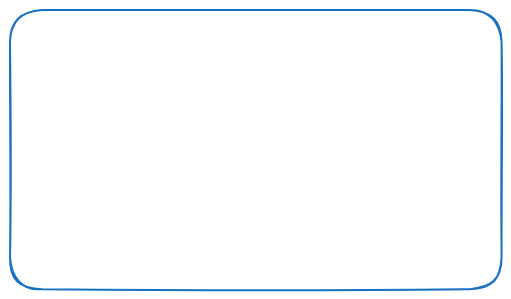
Above: intro.excalidraw.png in aryshary/test (Excalidraw), before the change. Source tidied: one line per element, renumbered; positions are measured from the earlier drawing's top-left corner, leaving out a move shared by most shapes. Source of this version:
```json
{"id": 0, "type": "rectangle", "strokeColor": "#1971c2", "strokeWidth": 2, "roughness": 1, "round": true, "x": 0, "y": 0, "width": 492, "height": 279}
```
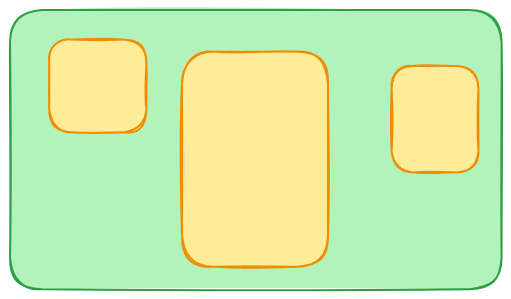
The same diagram one commit later.

What changed in the source:
```diff
@@ -1,1 +1,4 @@
-{"id": 0, "type": "rectangle", "strokeColor": "#1971c2", "strokeWidth": 2, "roughness": 1, "round": true, "x": 0, "y": 0, "width": 492, "height": 279}
+{"id": 0, "type": "rectangle", "strokeColor": "#2f9e44", "backgroundColor": "#b2f2bb", "fillStyle": "solid", "strokeWidth": 2, "roughness": 1, "round": true, "x": 0, "y": 0, "width": 492, "height": 279}
+{"id": 1, "type": "rectangle", "strokeColor": "#f08c00", "backgroundColor": "#ffec99", "fillStyle": "solid", "strokeWidth": 2, "roughness": 1, "round": true, "x": 39, "y": 30, "width": 97, "height": 93}
+{"id": 2, "type": "rectangle", "strokeColor": "#f08c00", "backgroundColor": "#ffec99", "fillStyle": "solid", "strokeWidth": 2, "roughness": 1, "round": true, "x": 172, "y": 42, "width": 146, "height": 215}
+{"id": 3, "type": "rectangle", "strokeColor": "#f08c00", "backgroundColor": "#ffec99", "fillStyle": "solid", "strokeWidth": 2, "roughness": 1, "round": true, "x": 382, "y": 56, "width": 87, "height": 106}
```
